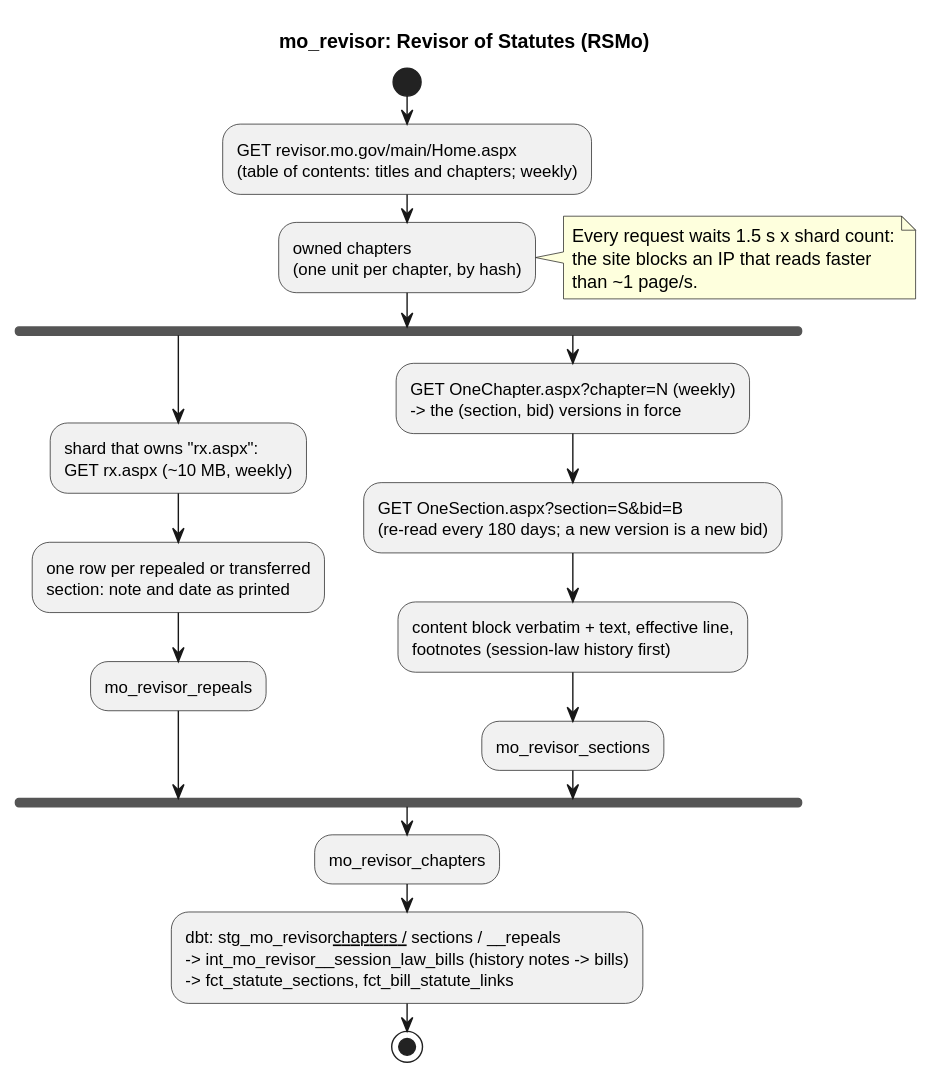
akettmann/missouri_gov_feed keeps this PlantUML diagram as docs/diagrams/sources/mo_revisor.svg. Above is the earlier version. Its source is kept beside it as docs/diagrams/sources/mo_revisor.puml.
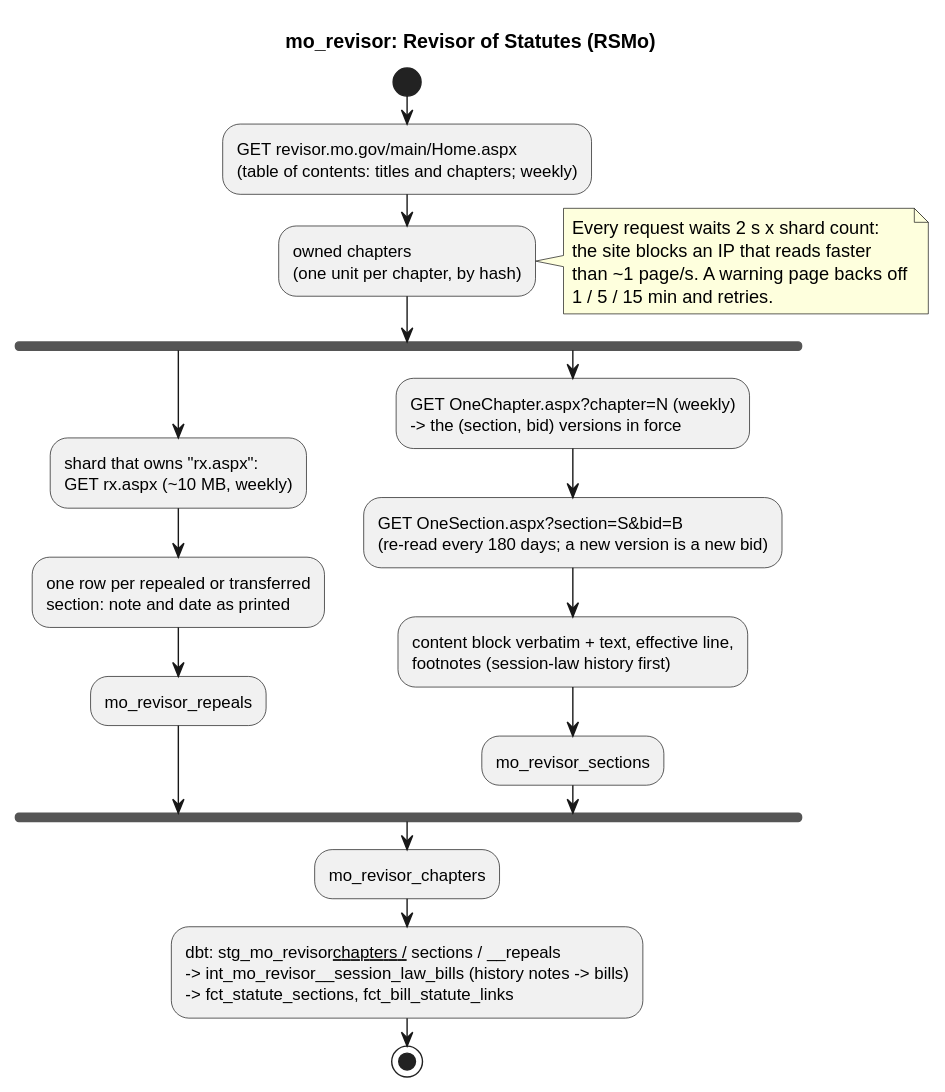
After the change.

Commit message:
mo_revisor: back off and retry on the speeding warning; 2 s between requests (#34)

What changed in the source:
```diff
@@ -6,9 +6,10 @@
 :owned chapters
 (one unit per chapter, by hash);
 note right
-  Every request waits 1.5 s x shard count:
+  Every request waits 2 s x shard count:
   the site blocks an IP that reads faster
-  than ~1 page/s.
+  than ~1 page/s. A warning page backs off
+  1 / 5 / 15 min and retries.
 end note
 fork
   :shard that owns "rx.aspx":
```
